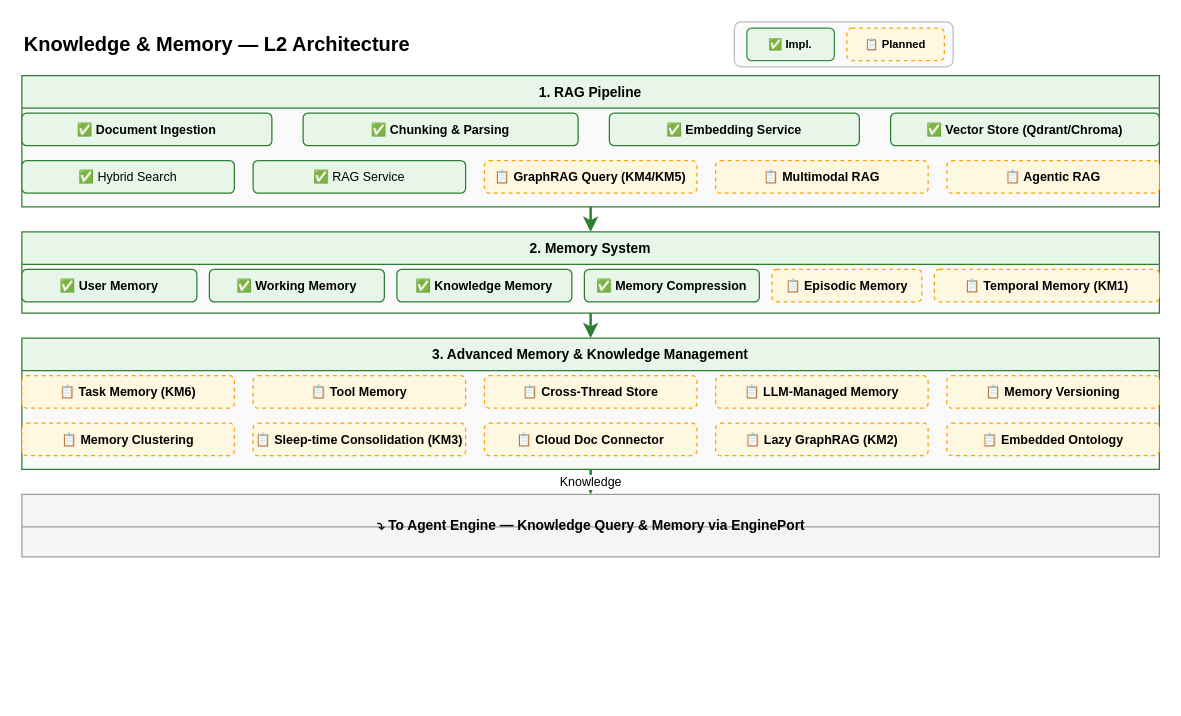
This is docs/design/hardware/knowledge-memory-l2.drawio from xueyufish/hecate, a draw.io file, before an edit. Source tidied: cells renumbered, new cells numbered last; positions are measured from the earlier drawing's top-left corner, leaving out a move shared by most shapes. Both pictures are drawn from the tidied source at 125%, with x=0, y=0 at pixel (21, 21).
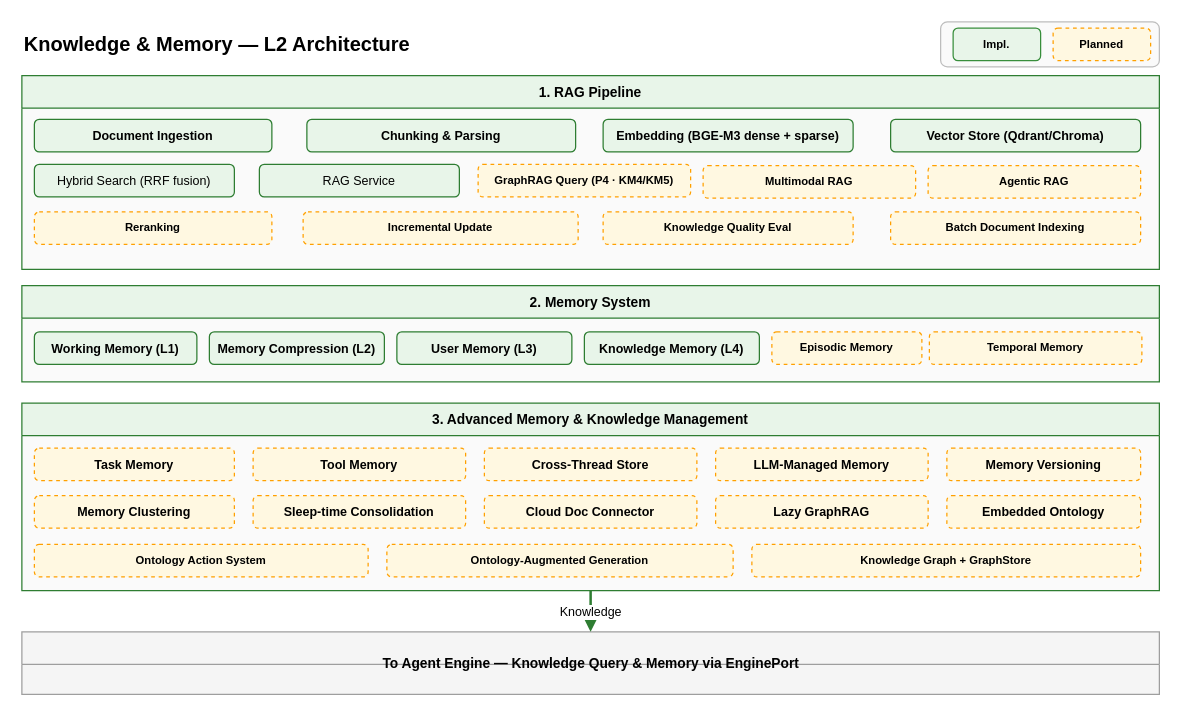
After the change.

Change to the diagram source:
```diff
@@
     <mxCell id="2" style="rounded=1;whiteSpace=wrap;html=1;fillColor=#FAFAFA;strokeColor=#BDBDBD;strokeWidth=1;" parent="1" vertex="1">
-      <mxGeometry x="570" width="175" height="36" as="geometry" />
+      <mxGeometry x="735" width="175" height="36" as="geometry" />
     </mxCell>
-    <mxCell id="3" value="✅ Impl." style="rounded=1;whiteSpace=wrap;html=1;fillColor=#E8F5E9;strokeColor=#388E3C;fontSize=9;fontStyle=1;" parent="1" vertex="1">
-      <mxGeometry x="580" y="5" width="70" height="26" as="geometry" />
+    <mxCell id="3" value="Impl." style="rounded=1;whiteSpace=wrap;html=1;fillColor=#E8F5E9;strokeColor=#388E3C;fontSize=9;fontStyle=1;" parent="1" vertex="1">
+      <mxGeometry x="745" y="5" width="70" height="26" as="geometry" />
     </mxCell>
-    <mxCell id="4" value="📋 Planned" style="rounded=1;whiteSpace=wrap;html=1;fillColor=#FFF8E1;strokeColor=#FFA000;fontSize=9;fontStyle=1;dashed=1;" parent="1" vertex="1">
-      <mxGeometry x="660" y="5" width="78" height="26" as="geometry" />
+    <mxCell id="4" value="Planned" style="rounded=1;whiteSpace=wrap;html=1;fillColor=#FFF8E1;strokeColor=#FFA000;fontSize=9;fontStyle=1;dashed=1;" parent="1" vertex="1">
+      <mxGeometry x="825" y="5" width="78" height="26" as="geometry" />
     </mxCell>
@@
     <mxCell id="6" value="1. RAG Pipeline" style="swimlane;startSize=26;fillColor=#E8F5E9;strokeColor=#2E7D32;fontSize=11;fontStyle=1;swimlaneFillColor=#FAFAFA;" parent="1" vertex="1">
-      <mxGeometry y="43" width="910" height="105" as="geometry" />
+      <mxGeometry y="43" width="910" height="155" as="geometry" />
     </mxCell>
-    <mxCell id="7" value="✅ Document Ingestion" style="rounded=1;whiteSpace=wrap;html=1;fillColor=#E8F5E9;strokeColor=#2E7D32;fontSize=10;fontStyle=1;" parent="6" vertex="1">
-      <mxGeometry y="30" width="200" height="26" as="geometry" />
+    <mxCell id="7" value="Document Ingestion" style="rounded=1;whiteSpace=wrap;html=1;fillColor=#E8F5E9;strokeColor=#2E7D32;fontSize=10;fontStyle=1;" parent="6" vertex="1">
+      <mxGeometry x="10" y="35" width="190" height="26" as="geometry" />
     </mxCell>
-    <mxCell id="8" value="✅ Chunking &amp; Parsing" style="rounded=1;whiteSpace=wrap;html=1;fillColor=#E8F5E9;strokeColor=#2E7D32;fontSize=10;fontStyle=1;" parent="6" vertex="1">
-      <mxGeometry x="225" y="30" width="220" height="26" as="geometry" />
+    <mxCell id="8" value="Chunking &amp;amp; Parsing" style="rounded=1;whiteSpace=wrap;html=1;fillColor=#E8F5E9;strokeColor=#2E7D32;fontSize=10;fontStyle=1;" parent="6" vertex="1">
+      <mxGeometry x="228" y="35" width="215" height="26" as="geometry" />
     </mxCell>
-    <mxCell id="9" value="✅ Embedding Service" style="rounded=1;whiteSpace=wrap;html=1;fillColor=#E8F5E9;strokeColor=#2E7D32;fontSize=10;fontStyle=1;" parent="6" vertex="1">
-      <mxGeometry x="470" y="30" width="200" height="26" as="geometry" />
+    <mxCell id="9" value="Embedding (BGE-M3 dense + sparse)" style="rounded=1;whiteSpace=wrap;html=1;fillColor=#E8F5E9;strokeColor=#2E7D32;fontSize=10;fontStyle=1;" parent="6" vertex="1">
+      <mxGeometry x="465" y="35" width="200" height="26" as="geometry" />
     </mxCell>
-    <mxCell id="10" value="✅ Vector Store (Qdrant/Chroma)" style="rounded=1;whiteSpace=wrap;html=1;fillColor=#E8F5E9;strokeColor=#2E7D32;fontSize=10;fontStyle=1;" parent="6" vertex="1">
-      <mxGeometry x="695" y="30" width="215" height="26" as="geometry" />
+    <mxCell id="10" value="Vector Store (Qdrant/Chroma)" style="rounded=1;whiteSpace=wrap;html=1;fillColor=#E8F5E9;strokeColor=#2E7D32;fontSize=10;fontStyle=1;" parent="6" vertex="1">
+      <mxGeometry x="695" y="35" width="200" height="26" as="geometry" />
     </mxCell>
-    <mxCell id="11" value="✅ Hybrid Search" style="rounded=1;whiteSpace=wrap;html=1;fillColor=#E8F5E9;strokeColor=#2E7D32;fontSize=10;" parent="6" vertex="1">
-      <mxGeometry y="68" width="170" height="26" as="geometry" />
+    <mxCell id="11" value="Hybrid Search (RRF fusion)" style="rounded=1;whiteSpace=wrap;html=1;fillColor=#E8F5E9;strokeColor=#2E7D32;fontSize=10;" parent="6" vertex="1">
+      <mxGeometry x="10" y="71" width="160" height="26" as="geometry" />
     </mxCell>
-    <mxCell id="12" value="✅ RAG Service" style="rounded=1;whiteSpace=wrap;html=1;fillColor=#E8F5E9;strokeColor=#2E7D32;fontSize=10;" parent="6" vertex="1">
-      <mxGeometry x="185" y="68" width="170" height="26" as="geometry" />
+    <mxCell id="12" value="RAG Service" style="rounded=1;whiteSpace=wrap;html=1;fillColor=#E8F5E9;strokeColor=#2E7D32;fontSize=10;" parent="6" vertex="1">
+      <mxGeometry x="190" y="71" width="160" height="26" as="geometry" />
     </mxCell>
-    <mxCell id="13" value="📋 GraphRAG Query (KM4/KM5)" style="rounded=1;whiteSpace=wrap;html=1;fillColor=#FFF8E1;strokeColor=#FFA000;fontSize=10;fontStyle=1;dashed=1;" parent="6" vertex="1">
-      <mxGeometry x="370" y="68" width="170" height="26" as="geometry" />
+    <mxCell id="13" value="GraphRAG Query (P4 · KM4/KM5)" style="rounded=1;whiteSpace=wrap;html=1;fillColor=#FFF8E1;strokeColor=#FFA000;fontSize=9;fontStyle=1;dashed=1;" parent="6" vertex="1">
+      <mxGeometry x="365" y="71" width="170" height="26" as="geometry" />
     </mxCell>
-    <mxCell id="14" value="📋 Multimodal RAG" style="rounded=1;whiteSpace=wrap;html=1;fillColor=#FFF8E1;strokeColor=#FFA000;fontSize=10;fontStyle=1;dashed=1;" parent="6" vertex="1">
-      <mxGeometry x="555" y="68" width="170" height="26" as="geometry" />
+    <mxCell id="14" value="Multimodal RAG" style="rounded=1;whiteSpace=wrap;html=1;fillColor=#FFF8E1;strokeColor=#FFA000;fontSize=9;fontStyle=1;dashed=1;" parent="6" vertex="1">
+      <mxGeometry x="545" y="72" width="170" height="26" as="geometry" />
     </mxCell>
-    <mxCell id="15" value="📋 Agentic RAG" style="rounded=1;whiteSpace=wrap;html=1;fillColor=#FFF8E1;strokeColor=#FFA000;fontSize=10;fontStyle=1;dashed=1;" parent="6" vertex="1">
-      <mxGeometry x="740" y="68" width="170" height="26" as="geometry" />
+    <mxCell id="15" value="Agentic RAG" style="rounded=1;whiteSpace=wrap;html=1;fillColor=#FFF8E1;strokeColor=#FFA000;fontSize=9;fontStyle=1;dashed=1;" parent="6" vertex="1">
+      <mxGeometry x="725" y="72" width="170" height="26" as="geometry" />
     </mxCell>
+    <mxCell id="39" value="Reranking" style="rounded=1;whiteSpace=wrap;html=1;fillColor=#FFF8E1;strokeColor=#FFA000;fontSize=9;fontStyle=1;dashed=1;" parent="6" vertex="1">
+      <mxGeometry x="10" y="109" width="190" height="26" as="geometry" />
+    </mxCell>
+    <mxCell id="40" value="Incremental Update" style="rounded=1;whiteSpace=wrap;html=1;fillColor=#FFF8E1;strokeColor=#FFA000;fontSize=9;fontStyle=1;dashed=1;" parent="6" vertex="1">
+      <mxGeometry x="225" y="109" width="220" height="26" as="geometry" />
+    </mxCell>
+    <mxCell id="41" value="Knowledge Quality Eval" style="rounded=1;whiteSpace=wrap;html=1;fillColor=#FFF8E1;strokeColor=#FFA000;fontSize=9;fontStyle=1;dashed=1;" parent="6" vertex="1">
+      <mxGeometry x="465" y="109" width="200" height="26" as="geometry" />
+    </mxCell>
+    <mxCell id="42" value="Batch Document Indexing" style="rounded=1;whiteSpace=wrap;html=1;fillColor=#FFF8E1;strokeColor=#FFA000;fontSize=9;fontStyle=1;dashed=1;" parent="6" vertex="1">
+      <mxGeometry x="695" y="109" width="200" height="26" as="geometry" />
+    </mxCell>
     <mxCell id="16" value="2. Memory System" style="swimlane;startSize=26;fillColor=#E8F5E9;strokeColor=#2E7D32;fontSize=11;fontStyle=1;swimlaneFillColor=#FAFAFA;" parent="1" vertex="1">
-      <mxGeometry y="168" width="910" height="65" as="geometry" />
+      <mxGeometry y="211" width="910" height="77" as="geometry" />
     </mxCell>
-    <mxCell id="17" value="✅ User Memory" style="rounded=1;whiteSpace=wrap;html=1;fillColor=#E8F5E9;strokeColor=#2E7D32;fontSize=10;fontStyle=1;" parent="16" vertex="1">
-      <mxGeometry y="30" width="140" height="26" as="geometry" />
+    <mxCell id="17" value="User Memory (L3)" style="rounded=1;whiteSpace=wrap;html=1;fillColor=#E8F5E9;strokeColor=#2E7D32;fontSize=10;fontStyle=1;" parent="16" vertex="1">
+      <mxGeometry x="300" y="37" width="140" height="26" as="geometry" />
     </mxCell>
-    <mxCell id="18" value="✅ Working Memory" style="rounded=1;whiteSpace=wrap;html=1;fillColor=#E8F5E9;strokeColor=#2E7D32;fontSize=10;fontStyle=1;" parent="16" vertex="1">
-      <mxGeometry x="150" y="30" width="140" height="26" as="geometry" />
+    <mxCell id="18" value="Working Memory (L1)" style="rounded=1;whiteSpace=wrap;html=1;fillColor=#E8F5E9;strokeColor=#2E7D32;fontSize=10;fontStyle=1;" parent="16" vertex="1">
+      <mxGeometry x="10" y="37" width="130" height="26" as="geometry" />
     </mxCell>
-    <mxCell id="19" value="✅ Knowledge Memory" style="rounded=1;whiteSpace=wrap;html=1;fillColor=#E8F5E9;strokeColor=#2E7D32;fontSize=10;fontStyle=1;" parent="16" vertex="1">
-      <mxGeometry x="300" y="30" width="140" height="26" as="geometry" />
+    <mxCell id="19" value="Knowledge Memory (L4)" style="rounded=1;whiteSpace=wrap;html=1;fillColor=#E8F5E9;strokeColor=#2E7D32;fontSize=10;fontStyle=1;" parent="16" vertex="1">
+      <mxGeometry x="450" y="37" width="140" height="26" as="geometry" />
     </mxCell>
-    <mxCell id="20" value="✅ Memory Compression" style="rounded=1;whiteSpace=wrap;html=1;fillColor=#E8F5E9;strokeColor=#2E7D32;fontSize=10;fontStyle=1;" parent="16" vertex="1">
-      <mxGeometry x="450" y="30" width="140" height="26" as="geometry" />
+    <mxCell id="20" value="Memory Compression (L2)" style="rounded=1;whiteSpace=wrap;html=1;fillColor=#E8F5E9;strokeColor=#2E7D32;fontSize=10;fontStyle=1;" parent="16" vertex="1">
+      <mxGeometry x="150" y="37" width="140" height="26" as="geometry" />
     </mxCell>
-    <mxCell id="21" value="📋 Episodic Memory" style="rounded=1;whiteSpace=wrap;html=1;fillColor=#FFF8E1;strokeColor=#FFA000;fontSize=10;fontStyle=1;dashed=1;" parent="16" vertex="1">
-      <mxGeometry x="600" y="30" width="120" height="26" as="geometry" />
+    <mxCell id="21" value="Episodic Memory" style="rounded=1;whiteSpace=wrap;html=1;fillColor=#FFF8E1;strokeColor=#FFA000;fontSize=9;fontStyle=1;dashed=1;" parent="16" vertex="1">
+      <mxGeometry x="600" y="37" width="120" height="26" as="geometry" />
     </mxCell>
-    <mxCell id="22" value="📋 Temporal Memory (KM1)" style="rounded=1;whiteSpace=wrap;html=1;fillColor=#FFF8E1;strokeColor=#FFA000;fontSize=10;fontStyle=1;dashed=1;" parent="16" vertex="1">
-      <mxGeometry x="730" y="30" width="180" height="26" as="geometry" />
+    <mxCell id="22" value="Temporal Memory" style="rounded=1;whiteSpace=wrap;html=1;fillColor=#FFF8E1;strokeColor=#FFA000;fontSize=9;fontStyle=1;dashed=1;" parent="16" vertex="1">
+      <mxGeometry x="726" y="37" width="170" height="26" as="geometry" />
     </mxCell>
     <mxCell id="23" value="3. Advanced Memory &amp; Knowledge Management" style="swimlane;startSize=26;fillColor=#E8F5E9;strokeColor=#2E7D32;fontSize=11;fontStyle=1;swimlaneFillColor=#FAFAFA;" parent="1" vertex="1">
-      <mxGeometry y="253" width="910" height="105" as="geometry" />
+      <mxGeometry y="305" width="910" height="150" as="geometry" />
     </mxCell>
-    <mxCell id="24" value="📋 Task Memory (KM6)" style="rounded=1;whiteSpace=wrap;html=1;fillColor=#FFF8E1;strokeColor=#FFA000;fontSize=10;fontStyle=1;dashed=1;" parent="23" vertex="1">
-      <mxGeometry y="30" width="170" height="26" as="geometry" />
+    <mxCell id="24" value="Task Memory" style="rounded=1;whiteSpace=wrap;html=1;fillColor=#FFF8E1;strokeColor=#FFA000;fontSize=10;fontStyle=1;dashed=1;" parent="23" vertex="1">
+      <mxGeometry x="10" y="36" width="160" height="26" as="geometry" />
     </mxCell>
-    <mxCell id="25" value="📋 Tool Memory" style="rounded=1;whiteSpace=wrap;html=1;fillColor=#FFF8E1;strokeColor=#FFA000;fontSize=10;fontStyle=1;dashed=1;" parent="23" vertex="1">
-      <mxGeometry x="185" y="30" width="170" height="26" as="geometry" />
+    <mxCell id="25" value="Tool Memory" style="rounded=1;whiteSpace=wrap;html=1;fillColor=#FFF8E1;strokeColor=#FFA000;fontSize=10;fontStyle=1;dashed=1;" parent="23" vertex="1">
+      <mxGeometry x="185" y="36" width="170" height="26" as="geometry" />
     </mxCell>
-    <mxCell id="26" value="📋 Cross-Thread Store" style="rounded=1;whiteSpace=wrap;html=1;fillColor=#FFF8E1;strokeColor=#FFA000;fontSize=10;fontStyle=1;dashed=1;" parent="23" vertex="1">
-      <mxGeometry x="370" y="30" width="170" height="26" as="geometry" />
+    <mxCell id="26" value="Cross-Thread Store" style="rounded=1;whiteSpace=wrap;html=1;fillColor=#FFF8E1;strokeColor=#FFA000;fontSize=10;fontStyle=1;dashed=1;" parent="23" vertex="1">
+      <mxGeometry x="370" y="36" width="170" height="26" as="geometry" />
     </mxCell>
-    <mxCell id="27" value="📋 LLM-Managed Memory" style="rounded=1;whiteSpace=wrap;html=1;fillColor=#FFF8E1;strokeColor=#FFA000;fontSize=10;fontStyle=1;dashed=1;" parent="23" vertex="1">
-      <mxGeometry x="555" y="30" width="170" height="26" as="geometry" />
+    <mxCell id="27" value="LLM-Managed Memory" style="rounded=1;whiteSpace=wrap;html=1;fillColor=#FFF8E1;strokeColor=#FFA000;fontSize=10;fontStyle=1;dashed=1;" parent="23" vertex="1">
+      <mxGeometry x="555" y="36" width="170" height="26" as="geometry" />
     </mxCell>
-    <mxCell id="28" value="📋 Memory Versioning" style="rounded=1;whiteSpace=wrap;html=1;fillColor=#FFF8E1;strokeColor=#FFA000;fontSize=10;fontStyle=1;dashed=1;" parent="23" vertex="1">
-      <mxGeometry x="740" y="30" width="170" height="26" as="geometry" />
+    <mxCell id="28" value="Memory Versioning" style="rounded=1;whiteSpace=wrap;html=1;fillColor=#FFF8E1;strokeColor=#FFA000;fontSize=10;fontStyle=1;dashed=1;" parent="23" vertex="1">
+      <mxGeometry x="740" y="36" width="155" height="26" as="geometry" />
     </mxCell>
-    <mxCell id="29" value="📋 Memory Clustering" style="rounded=1;whiteSpace=wrap;html=1;fillColor=#FFF8E1;strokeColor=#FFA000;fontSize=10;fontStyle=1;dashed=1;" parent="23" vertex="1">
-      <mxGeometry y="68" width="170" height="26" as="geometry" />
+    <mxCell id="29" value="Memory Clustering" style="rounded=1;whiteSpace=wrap;html=1;fillColor=#FFF8E1;strokeColor=#FFA000;fontSize=10;fontStyle=1;dashed=1;" parent="23" vertex="1">
+      <mxGeometry x="10" y="74" width="160" height="26" as="geometry" />
     </mxCell>
-    <mxCell id="30" value="📋 Sleep-time Consolidation (KM3)" style="rounded=1;whiteSpace=wrap;html=1;fillColor=#FFF8E1;strokeColor=#FFA000;fontSize=10;fontStyle=1;dashed=1;" parent="23" vertex="1">
-      <mxGeometry x="185" y="68" width="170" height="26" as="geometry" />
+    <mxCell id="30" value="Sleep-time Consolidation" style="rounded=1;whiteSpace=wrap;html=1;fillColor=#FFF8E1;strokeColor=#FFA000;fontSize=10;fontStyle=1;dashed=1;" parent="23" vertex="1">
+      <mxGeometry x="185" y="74" width="170" height="26" as="geometry" />
     </mxCell>
-    <mxCell id="31" value="📋 Cloud Doc Connector" style="rounded=1;whiteSpace=wrap;html=1;fillColor=#FFF8E1;strokeColor=#FFA000;fontSize=10;fontStyle=1;dashed=1;" parent="23" vertex="1">
-      <mxGeometry x="370" y="68" width="170" height="26" as="geometry" />
+    <mxCell id="31" value="Cloud Doc Connector" style="rounded=1;whiteSpace=wrap;html=1;fillColor=#FFF8E1;strokeColor=#FFA000;fontSize=10;fontStyle=1;dashed=1;" parent="23" vertex="1">
+      <mxGeometry x="370" y="74" width="170" height="26" as="geometry" />
     </mxCell>
-    <mxCell id="32" value="📋 Lazy GraphRAG (KM2)" style="rounded=1;whiteSpace=wrap;html=1;fillColor=#FFF8E1;strokeColor=#FFA000;fontSize=10;fontStyle=1;dashed=1;" parent="23" vertex="1">
-      <mxGeometry x="555" y="68" width="170" height="26" as="geometry" />
+    <mxCell id="32" value="Lazy GraphRAG" style="rounded=1;whiteSpace=wrap;html=1;fillColor=#FFF8E1;strokeColor=#FFA000;fontSize=10;fontStyle=1;dashed=1;" parent="23" vertex="1">
+      <mxGeometry x="555" y="74" width="170" height="26" as="geometry" />
     </mxCell>
-    <mxCell id="33" value="📋 Embedded Ontology" style="rounded=1;whiteSpace=wrap;html=1;fillColor=#FFF8E1;strokeColor=#FFA000;fontSize=10;fontStyle=1;dashed=1;" parent="23" vertex="1">
-      <mxGeometry x="740" y="68" width="170" height="26" as="geometry" />
+    <mxCell id="33" value="Embedded Ontology" style="rounded=1;whiteSpace=wrap;html=1;fillColor=#FFF8E1;strokeColor=#FFA000;fontSize=10;fontStyle=1;dashed=1;" parent="23" vertex="1">
+      <mxGeometry x="740" y="74" width="155" height="26" as="geometry" />
     </mxCell>
+    <mxCell id="43" value="Ontology Action System" style="rounded=1;whiteSpace=wrap;html=1;fillColor=#FFF8E1;strokeColor=#FFA000;fontSize=9;fontStyle=1;dashed=1;" parent="23" vertex="1">
+      <mxGeometry x="10" y="113" width="267" height="26" as="geometry" />
+    </mxCell>
+    <mxCell id="44" value="Ontology-Augmented Generation" style="rounded=1;whiteSpace=wrap;html=1;fillColor=#FFF8E1;strokeColor=#FFA000;fontSize=9;fontStyle=1;dashed=1;" parent="23" vertex="1">
+      <mxGeometry x="292" y="113" width="277" height="26" as="geometry" />
+    </mxCell>
+    <mxCell id="45" value="Knowledge Graph + GraphStore" style="rounded=1;whiteSpace=wrap;html=1;fillColor=#FFF8E1;strokeColor=#FFA000;fontSize=9;fontStyle=1;dashed=1;" parent="23" vertex="1">
+      <mxGeometry x="584" y="113" width="311" height="26" as="geometry" />
+    </mxCell>
     <mxCell id="34" style="swimlane;startSize=26;fillColor=#F5F5F5;strokeColor=#9E9E9E;fontSize=11;fontStyle=1;swimlaneFillColor=#F5F5F5;" parent="1" vertex="1">
-      <mxGeometry y="378" width="910" height="50" as="geometry" />
+      <mxGeometry y="488" width="910" height="50" as="geometry" />
     </mxCell>
-    <mxCell id="35" value="⤵  To Agent Engine — Knowledge Query &amp; Memory via EnginePort" style="text;html=1;fontSize=11;fontStyle=1;align=center;verticalAlign=middle;fillColor=none;strokeColor=none;" parent="34" vertex="1">
+    <mxCell id="35" value="To Agent Engine — Knowledge Query &amp;amp; Memory via EnginePort" style="text;html=1;fontSize=11;fontStyle=1;align=center;verticalAlign=middle;fillColor=none;strokeColor=none;" parent="34" vertex="1">
       <mxGeometry x="155" y="5" width="600" height="40" as="geometry" />
     </mxCell>
-    <mxCell id="36" style="edgeStyle=orthogonalEdgeStyle;rounded=1;jettySize=auto;html=1;strokeColor=#2E7D32;strokeWidth=2;exitX=0.5;exitY=1;exitDx=0;exitDy=0;entryX=0.5;entryY=0;entryDx=0;entryDy=0;" parent="1" edge="1" source="6" target="16">
-      <mxGeometry relative="1" as="geometry" />
-    </mxCell>
-    <mxCell id="37" style="edgeStyle=orthogonalEdgeStyle;rounded=1;jettySize=auto;html=1;strokeColor=#2E7D32;strokeWidth=2;exitX=0.5;exitY=1;exitDx=0;exitDy=0;entryX=0.5;entryY=0;entryDx=0;entryDy=0;" parent="1" edge="1" source="16" target="23">
-      <mxGeometry relative="1" as="geometry" />
-    </mxCell>
```
